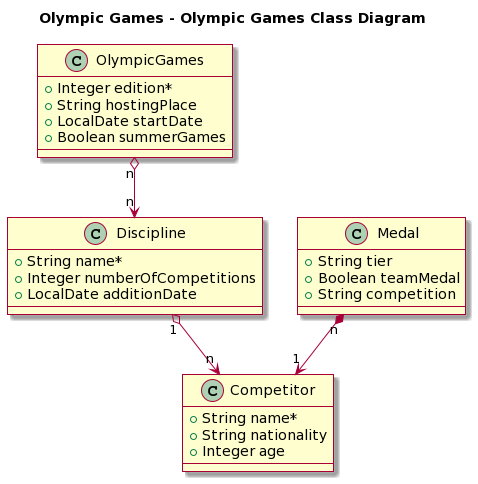
This is docs/olympic_games.models.png from wzzzzwwzw/apaw-practice, a PlantUML export, as it was before one commit.
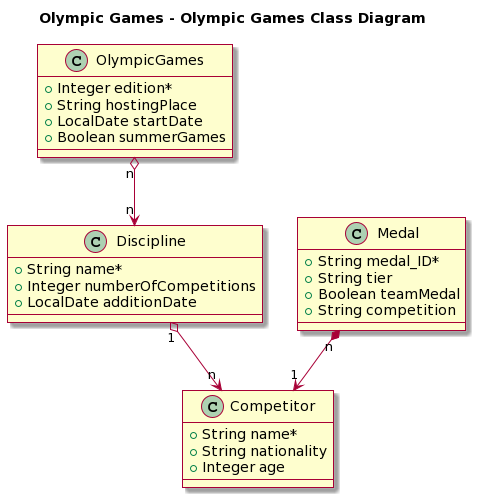
Above is the later version.

Commit message:
add PUT medal endpoint #604

Diff of the diagram source:
```diff
@@ -23,6 +23,7 @@
 }
 
 class Medal {
++String medal_ID*
 +String tier
 +Boolean teamMedal
 +String competition
```
